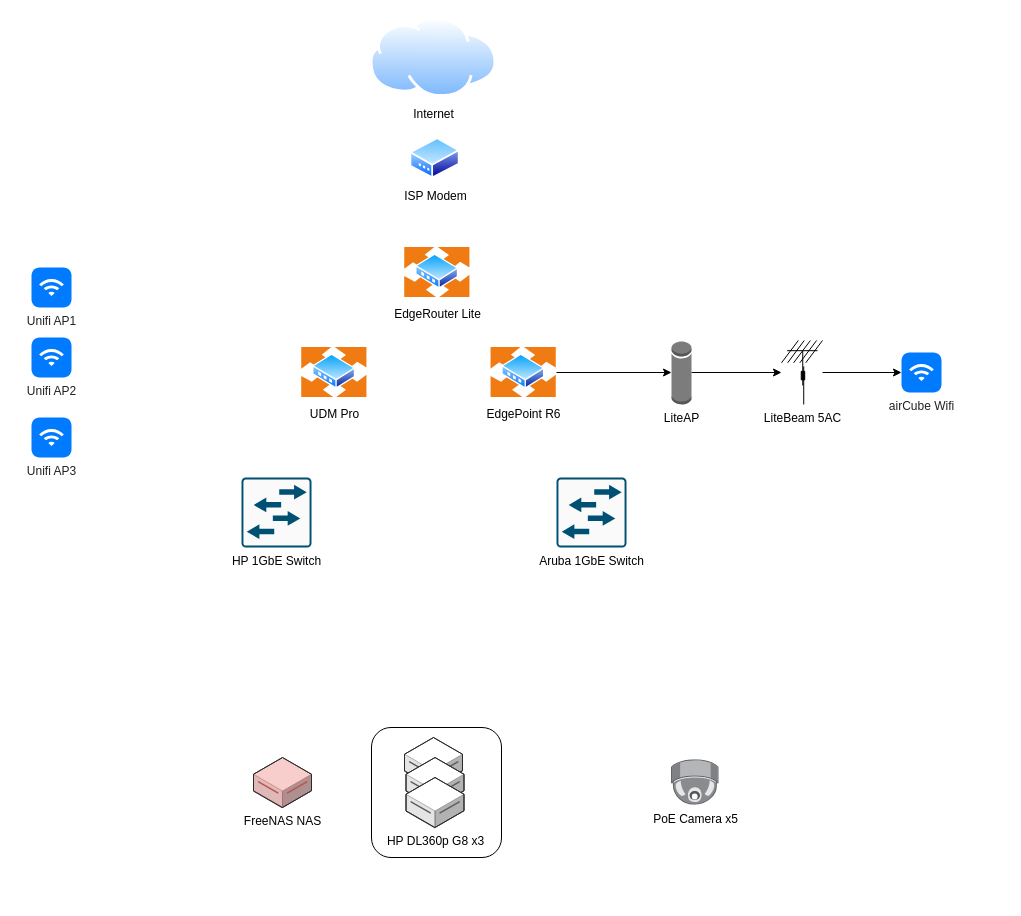
Earlier version of the draw.io diagram page "Physical" (1 of 2) of docs/diagrams/tnwks-ops.drawio (iT3E/tnwks-ops). Source tidied: cells renumbered, new cells numbered last; positions are measured from the earlier drawing's top-left corner, leaving out a move shared by most shapes. Both pictures are drawn from the tidied source at 100%, with x=0, y=0 at pixel (31, 17).
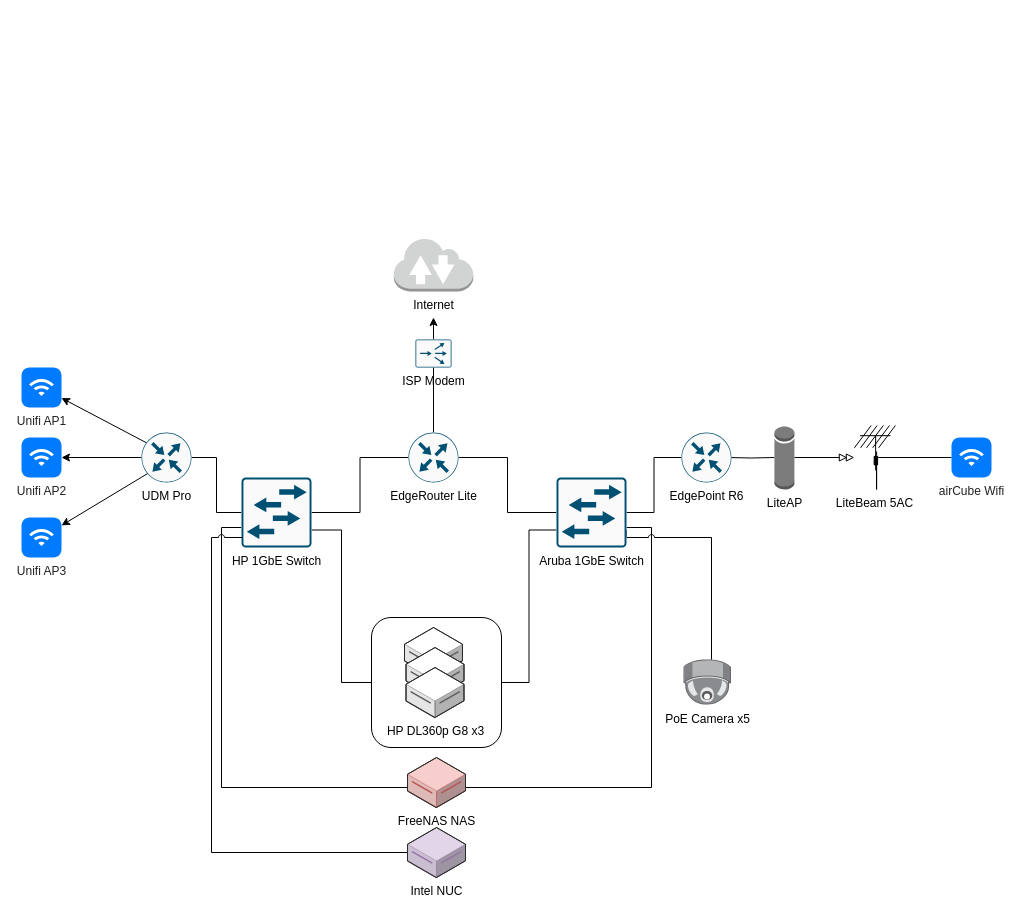
After the change.

The change refers to these unchanged cells:
```xml
<mxCell id="22" value="HP 1GbE Switch" style="sketch=0;points=[[0.015,0.015,0],[0.985,0.015,0],[0.985,0.985,0],[0.015,0.985,0],[0.25,0,0],[0.5,0,0],[0.75,0,0],[1,0.25,0],[1,0.5,0],[1,0.75,0],[0.75,1,0],[0.5,1,0],[0.25,1,0],[0,0.75,0],[0,0.5,0],[0,0.25,0]];verticalLabelPosition=bottom;html=1;verticalAlign=top;align=center;shape=mxgraph.cisco19.rect;prIcon=l2_switch;fillColor=#FAFAFA;strokeColor=#005073;" parent="1" vertex="1">
  <mxGeometry x="210" y="460" width="70" height="70" as="geometry" />
</mxCell>
<mxCell id="23" value="Aruba 1GbE Switch" style="sketch=0;points=[[0.015,0.015,0],[0.985,0.015,0],[0.985,0.985,0],[0.015,0.985,0],[0.25,0,0],[0.5,0,0],[0.75,0,0],[1,0.25,0],[1,0.5,0],[1,0.75,0],[0.75,1,0],[0.5,1,0],[0.25,1,0],[0,0.75,0],[0,0.5,0],[0,0.25,0]];verticalLabelPosition=bottom;html=1;verticalAlign=top;align=center;shape=mxgraph.cisco19.rect;prIcon=l2_switch;fillColor=#FAFAFA;strokeColor=#005073;" parent="1" vertex="1">
  <mxGeometry x="525" y="460" width="70" height="70" as="geometry" />
</mxCell>
```

What changed in the source:
```diff
@@
+    <mxCell id="24" style="edgeStyle=orthogonalEdgeStyle;rounded=0;jettySize=auto;html=1;entryX=1;entryY=0.75;entryDx=0;entryDy=0;entryPerimeter=0;endArrow=none;endFill=0;" parent="1" edge="1" source="2" target="22">
+      <mxGeometry relative="1" as="geometry" />
+    </mxCell>
+    <mxCell id="25" style="edgeStyle=orthogonalEdgeStyle;rounded=0;jettySize=auto;html=1;entryX=0;entryY=0.75;entryDx=0;entryDy=0;entryPerimeter=0;endArrow=none;endFill=0;" parent="1" edge="1" source="2" target="23">
+      <mxGeometry relative="1" as="geometry" />
+    </mxCell>
     <mxCell id="2" style="rounded=1;whiteSpace=wrap;html=1;" parent="1" vertex="1">
-      <mxGeometry x="340" y="710" width="130" height="130" as="geometry" />
+      <mxGeometry x="340" y="600" width="130" height="130" as="geometry" />
     </mxCell>
-    <mxCell id="3" value="Internet" style="image;perimeter=ellipsePerimeter;html=1;align=center;shadow=0;dashed=0;spacingTop=3;image=img/lib/active_directory/internet_cloud.svg;" parent="1" vertex="1">
-      <mxGeometry x="338.5" width="127" height="80" as="geometry" />
-    </mxCell>
-    <mxCell id="4" value="ISP Modem" style="image;perimeter=ellipsePerimeter;html=1;align=center;shadow=0;dashed=0;spacingTop=3;image=img/lib/active_directory/modem.svg;" parent="1" vertex="1">
-      <mxGeometry x="378.5" y="120" width="50" height="41.5" as="geometry" />
-    </mxCell>
     <mxCell id="5" value="Unifi AP1" style="html=1;strokeWidth=1;shadow=0;dashed=0;shape=mxgraph.ios7.misc.wifi;fillColor=#007AFF;strokeColor=none;buttonText=;strokeColor2=#222222;fontColor=#222222;fontSize=12;verticalLabelPosition=bottom;verticalAlign=top;align=center;sketch=0;" parent="1" vertex="1">
-      <mxGeometry y="250" width="40" height="40" as="geometry" />
+      <mxGeometry x="-10" y="350" width="40" height="40" as="geometry" />
     </mxCell>
     <mxCell id="6" value="Unifi AP2" style="html=1;strokeWidth=1;shadow=0;dashed=0;shape=mxgraph.ios7.misc.wifi;fillColor=#007AFF;strokeColor=none;buttonText=;strokeColor2=#222222;fontColor=#222222;fontSize=12;verticalLabelPosition=bottom;verticalAlign=top;align=center;sketch=0;" parent="1" vertex="1">
-      <mxGeometry y="320" width="40" height="40" as="geometry" />
+      <mxGeometry x="-10" y="420" width="40" height="40" as="geometry" />
     </mxCell>
     <mxCell id="7" value="Unifi AP3" style="html=1;strokeWidth=1;shadow=0;dashed=0;shape=mxgraph.ios7.misc.wifi;fillColor=#007AFF;strokeColor=none;buttonText=;strokeColor2=#222222;fontColor=#222222;fontSize=12;verticalLabelPosition=bottom;verticalAlign=top;align=center;sketch=0;" parent="1" vertex="1">
-      <mxGeometry y="400" width="40" height="40" as="geometry" />
+      <mxGeometry x="-10" y="500" width="40" height="40" as="geometry" />
     </mxCell>
     <mxCell id="8" style="verticalLabelPosition=bottom;html=1;verticalAlign=top;strokeWidth=1;align=center;dashed=0;shape=mxgraph.aws3d.dataServer;strokeColor=#5E5E5E;" parent="1" vertex="1">
-      <mxGeometry x="373" y="720" width="58" height="50" as="geometry" />
+      <mxGeometry x="373" y="610" width="58" height="50" as="geometry" />
     </mxCell>
     <mxCell id="9" style="verticalLabelPosition=bottom;html=1;verticalAlign=top;strokeWidth=1;align=center;dashed=0;shape=mxgraph.aws3d.dataServer;strokeColor=#5E5E5E;" parent="1" vertex="1">
-      <mxGeometry x="374.5" y="740" width="58" height="50" as="geometry" />
+      <mxGeometry x="374.5" y="630" width="58" height="50" as="geometry" />
     </mxCell>
     <mxCell id="10" value="HP DL360p G8 x3" style="verticalLabelPosition=bottom;html=1;verticalAlign=top;strokeWidth=1;align=center;dashed=0;shape=mxgraph.aws3d.dataServer;strokeColor=#5E5E5E;" parent="1" vertex="1">
-      <mxGeometry x="374.5" y="760" width="58" height="50" as="geometry" />
+      <mxGeometry x="374.5" y="650" width="58" height="50" as="geometry" />
     </mxCell>
+    <mxCell id="26" style="edgeStyle=orthogonalEdgeStyle;rounded=0;jettySize=auto;html=1;endArrow=none;endFill=0;" parent="1" edge="1" source="11" target="22">
+      <mxGeometry relative="1" as="geometry">
+        <Array as="points">
+          <mxPoint x="190" y="770" />
+          <mxPoint x="190" y="510" />
+        </Array>
+      </mxGeometry>
+    </mxCell>
+    <mxCell id="27" style="edgeStyle=orthogonalEdgeStyle;rounded=0;jettySize=auto;html=1;endArrow=none;endFill=0;" parent="1" edge="1" source="11" target="23">
+      <mxGeometry relative="1" as="geometry">
+        <Array as="points">
+          <mxPoint x="620" y="770" />
+          <mxPoint x="620" y="510" />
+        </Array>
+      </mxGeometry>
+    </mxCell>
     <mxCell id="11" value="FreeNAS NAS" style="verticalLabelPosition=bottom;html=1;verticalAlign=top;strokeWidth=1;align=center;outlineConnect=0;dashed=0;outlineConnect=0;shape=mxgraph.aws3d.dataServer;strokeColor=#b85450;fillColor=#f8cecc;" parent="1" vertex="1">
-      <mxGeometry x="222" y="740" width="58" height="50" as="geometry" />
+      <mxGeometry x="376" y="740" width="58" height="50" as="geometry" />
     </mxCell>
-    <mxCell id="12" value="EdgeRouter Lite" style="image;perimeter=ellipsePerimeter;html=1;align=center;shadow=0;dashed=0;spacingTop=3;image=img/lib/active_directory/router.svg;" parent="1" vertex="1">
-      <mxGeometry x="373" y="230" width="65.8" height="50" as="geometry" />
-    </mxCell>
-    <mxCell id="13" value="UDM Pro" style="image;perimeter=ellipsePerimeter;html=1;align=center;shadow=0;dashed=0;spacingTop=3;image=img/lib/active_directory/router.svg;" parent="1" vertex="1">
-      <mxGeometry x="270" y="330" width="65.8" height="50" as="geometry" />
-    </mxCell>
+    <mxCell id="28" style="rounded=0;jettySize=auto;html=1;" parent="1" edge="1" target="5">
+      <mxGeometry relative="1" as="geometry">
+        <mxPoint x="115.9" y="425.8" as="sourcePoint" />
+      </mxGeometry>
+    </mxCell>
+    <mxCell id="29" style="edgeStyle=none;rounded=0;jettySize=auto;html=1;" parent="1" edge="1" target="6">
+      <mxGeometry relative="1" as="geometry">
+        <mxPoint x="110" y="440" as="sourcePoint" />
+      </mxGeometry>
+    </mxCell>
+    <mxCell id="30" style="edgeStyle=none;rounded=0;jettySize=auto;html=1;" parent="1" edge="1" target="7">
+      <mxGeometry relative="1" as="geometry">
+        <mxPoint x="117" y="455.5" as="sourcePoint" />
+      </mxGeometry>
+    </mxCell>
-    <mxCell id="14" style="edgeStyle=orthogonalEdgeStyle;rounded=0;jettySize=auto;html=1;entryX=0;entryY=0.5;entryDx=0;entryDy=0;entryPerimeter=0;" parent="1" edge="1" source="15" target="17">
-      <mxGeometry relative="1" as="geometry" />
+    <mxCell id="14" style="edgeStyle=orthogonalEdgeStyle;rounded=0;jettySize=auto;html=1;entryX=0;entryY=0.5;entryDx=0;entryDy=0;entryPerimeter=0;endArrow=none;endFill=0;" parent="1" edge="1" target="17">
+      <mxGeometry relative="1" as="geometry">
+        <mxPoint x="695.8" y="440" as="sourcePoint" />
+      </mxGeometry>
     </mxCell>
-    <mxCell id="15" value="EdgePoint R6" style="image;perimeter=ellipsePerimeter;html=1;align=center;shadow=0;dashed=0;spacingTop=3;image=img/lib/active_directory/router.svg;" parent="1" vertex="1">
-      <mxGeometry x="459.2" y="330" width="65.8" height="50" as="geometry" />
-    </mxCell>
-    <mxCell id="16" style="edgeStyle=orthogonalEdgeStyle;rounded=0;jettySize=auto;html=1;" parent="1" edge="1" source="17" target="19">
+    <mxCell id="16" style="edgeStyle=orthogonalEdgeStyle;rounded=0;jettySize=auto;html=1;endArrow=doubleBlock;endFill=0;" parent="1" edge="1" source="17" target="19">
       <mxGeometry relative="1" as="geometry" />
     </mxCell>
     <mxCell id="17" value="LiteAP" style="outlineConnect=0;dashed=0;verticalLabelPosition=bottom;verticalAlign=top;align=center;html=1;shape=mxgraph.aws3.generic_database;fillColor=#7D7C7C;gradientColor=none;" parent="1" vertex="1">
-      <mxGeometry x="640" y="323" width="20" height="64" as="geometry" />
+      <mxGeometry x="742.9" y="408" width="20" height="64" as="geometry" />
     </mxCell>
-    <mxCell id="18" style="edgeStyle=orthogonalEdgeStyle;rounded=0;jettySize=auto;html=1;" parent="1" edge="1" source="19" target="20">
-      <mxGeometry relative="1" as="geometry" />
+    <mxCell id="18" style="edgeStyle=orthogonalEdgeStyle;rounded=0;jettySize=auto;html=1;endArrow=none;endFill=0;exitX=0.54;exitY=1;exitDx=0;exitDy=0;exitPerimeter=0;" parent="1" edge="1" source="19" target="20">
+      <mxGeometry relative="1" as="geometry">
+        <Array as="points">
+          <mxPoint x="845" y="440" />
+        </Array>
+      </mxGeometry>
     </mxCell>
     <mxCell id="19" value="LiteBeam 5AC" style="shape=mxgraph.cisco.wireless.antenna;html=1;dashed=0;fillColor=#036897;strokeColor=#ffffff;strokeWidth=2;verticalLabelPosition=bottom;verticalAlign=top;align=center;outlineConnect=0;" parent="1" vertex="1">
-      <mxGeometry x="750" y="323" width="41" height="64" as="geometry" />
+      <mxGeometry x="822.9" y="408" width="41" height="64" as="geometry" />
     </mxCell>
     <mxCell id="20" value="airCube Wifi" style="html=1;strokeWidth=1;shadow=0;dashed=0;shape=mxgraph.ios7.misc.wifi;fillColor=#007AFF;strokeColor=none;buttonText=;strokeColor2=#222222;fontColor=#222222;fontSize=12;verticalLabelPosition=bottom;verticalAlign=top;align=center;sketch=0;" parent="1" vertex="1">
-      <mxGeometry x="870" y="335" width="40" height="40" as="geometry" />
+      <mxGeometry x="920" y="420" width="40" height="40" as="geometry" />
     </mxCell>
+    <mxCell id="31" style="edgeStyle=orthogonalEdgeStyle;rounded=0;jettySize=auto;html=1;entryX=1;entryY=0.75;entryDx=0;entryDy=0;entryPerimeter=0;endArrow=none;endFill=0;jumpStyle=arc;" parent="1" edge="1" source="21" target="23">
+      <mxGeometry relative="1" as="geometry">
+        <Array as="points">
+          <mxPoint x="680" y="520" />
+          <mxPoint x="595" y="520" />
+        </Array>
+      </mxGeometry>
+    </mxCell>
     <mxCell id="21" value="PoE Camera x5" style="image;points=[];html=1;align=center;shadow=0;dashed=0;image=img/lib/allied_telesis/security/Surveillance_Camera_Ceiling.svg;" parent="1" vertex="1">
-      <mxGeometry x="640" y="742.3" width="47.7" height="45.4" as="geometry" />
+      <mxGeometry x="652.3" y="642.3" width="47.7" height="45.4" as="geometry" />
     </mxCell>
+    <mxCell id="32" style="edgeStyle=orthogonalEdgeStyle;rounded=0;jettySize=auto;html=1;endArrow=none;endFill=0;entryX=1;entryY=0.5;entryDx=0;entryDy=0;entryPerimeter=0;" parent="1" edge="1" source="22" target="13">
+      <mxGeometry relative="1" as="geometry" />
+    </mxCell>
+    <mxCell id="33" style="edgeStyle=orthogonalEdgeStyle;rounded=0;jettySize=auto;html=1;entryX=0;entryY=0.5;entryDx=0;entryDy=0;endArrow=none;endFill=0;entryPerimeter=0;" parent="1" edge="1" source="22" target="12">
+      <mxGeometry relative="1" as="geometry" />
+    </mxCell>
@@
+    <mxCell id="34" style="edgeStyle=orthogonalEdgeStyle;rounded=0;jettySize=auto;html=1;endArrow=none;endFill=0;entryX=0;entryY=0.5;entryDx=0;entryDy=0;entryPerimeter=0;" parent="1" edge="1" source="23" target="15">
+      <mxGeometry relative="1" as="geometry" />
+    </mxCell>
+    <mxCell id="35" style="edgeStyle=orthogonalEdgeStyle;rounded=0;jettySize=auto;html=1;entryX=1;entryY=0.5;entryDx=0;entryDy=0;endArrow=none;endFill=0;entryPerimeter=0;" parent="1" edge="1" source="23" target="12">
+      <mxGeometry relative="1" as="geometry" />
+    </mxCell>
@@
+    <mxCell id="36" style="edgeStyle=orthogonalEdgeStyle;rounded=0;jumpStyle=arc;jettySize=auto;html=1;entryX=0.014;entryY=0.857;entryDx=0;entryDy=0;entryPerimeter=0;endArrow=none;endFill=0;" parent="1" edge="1" source="37" target="22">
+      <mxGeometry relative="1" as="geometry">
+        <Array as="points">
+          <mxPoint x="180" y="835" />
+          <mxPoint x="180" y="520" />
+        </Array>
+      </mxGeometry>
+    </mxCell>
+    <mxCell id="37" value="Intel NUC" style="verticalLabelPosition=bottom;html=1;verticalAlign=top;strokeWidth=1;align=center;outlineConnect=0;dashed=0;outlineConnect=0;shape=mxgraph.aws3d.dataServer;strokeColor=#9673a6;fillColor=#e1d5e7;" parent="1" vertex="1">
+      <mxGeometry x="376" y="810" width="58" height="50" as="geometry" />
+    </mxCell>
+    <mxCell id="13" value="UDM Pro" style="sketch=0;points=[[0.5,0,0],[1,0.5,0],[0.5,1,0],[0,0.5,0],[0.145,0.145,0],[0.8555,0.145,0],[0.855,0.8555,0],[0.145,0.855,0]];verticalLabelPosition=bottom;html=1;verticalAlign=top;align=center;shape=mxgraph.cisco19.rect;prIcon=router;fillColor=#FAFAFA;strokeColor=#005073;" parent="1" vertex="1">
+      <mxGeometry x="110" y="415" width="50" height="50" as="geometry" />
+    </mxCell>
+    <mxCell id="38" style="edgeStyle=orthogonalEdgeStyle;rounded=0;jumpStyle=arc;jettySize=auto;html=1;entryX=0.5;entryY=1;entryDx=0;entryDy=0;entryPerimeter=0;endArrow=none;endFill=0;" parent="1" edge="1" source="12" target="4">
+      <mxGeometry relative="1" as="geometry" />
+    </mxCell>
+    <mxCell id="12" value="EdgeRouter Lite" style="sketch=0;points=[[0.5,0,0],[1,0.5,0],[0.5,1,0],[0,0.5,0],[0.145,0.145,0],[0.8555,0.145,0],[0.855,0.8555,0],[0.145,0.855,0]];verticalLabelPosition=bottom;html=1;verticalAlign=top;align=center;shape=mxgraph.cisco19.rect;prIcon=router;fillColor=#FAFAFA;strokeColor=#005073;" parent="1" vertex="1">
+      <mxGeometry x="377" y="415" width="50" height="50" as="geometry" />
+    </mxCell>
+    <mxCell id="15" value="EdgePoint R6" style="sketch=0;points=[[0.5,0,0],[1,0.5,0],[0.5,1,0],[0,0.5,0],[0.145,0.145,0],[0.8555,0.145,0],[0.855,0.8555,0],[0.145,0.855,0]];verticalLabelPosition=bottom;html=1;verticalAlign=top;align=center;shape=mxgraph.cisco19.rect;prIcon=router;fillColor=#FAFAFA;strokeColor=#005073;" parent="1" vertex="1">
+      <mxGeometry x="650" y="415" width="50" height="50" as="geometry" />
+    </mxCell>
+    <mxCell id="39" style="edgeStyle=orthogonalEdgeStyle;rounded=0;jumpStyle=arc;jettySize=auto;html=1;endArrow=classic;endFill=1;" parent="1" edge="1" source="4">
+      <mxGeometry relative="1" as="geometry">
+        <mxPoint x="402" y="300" as="targetPoint" />
+      </mxGeometry>
+    </mxCell>
+    <mxCell id="4" value="ISP Modem" style="sketch=0;points=[[0.015,0.015,0],[0.985,0.015,0],[0.985,0.985,0],[0.015,0.985,0],[0.25,0,0],[0.5,0,0],[0.75,0,0],[1,0.25,0],[1,0.5,0],[1,0.75,0],[0.75,1,0],[0.5,1,0],[0.25,1,0],[0,0.75,0],[0,0.5,0],[0,0.25,0]];verticalLabelPosition=bottom;html=1;verticalAlign=top;align=center;shape=mxgraph.cisco19.rect;prIcon=content_router;fillColor=#FAFAFA;strokeColor=#005073;" parent="1" vertex="1">
+      <mxGeometry x="384" y="321.9" width="36" height="28.1" as="geometry" />
+    </mxCell>
+    <mxCell id="3" value="Internet" style="dashed=0;verticalLabelPosition=bottom;verticalAlign=top;align=center;html=1;shape=mxgraph.aws3.internet_2;fillColor=#D2D3D3;gradientColor=none;" parent="1" vertex="1">
+      <mxGeometry x="362.3" y="220" width="79.5" height="54" as="geometry" />
+    </mxCell>
```
